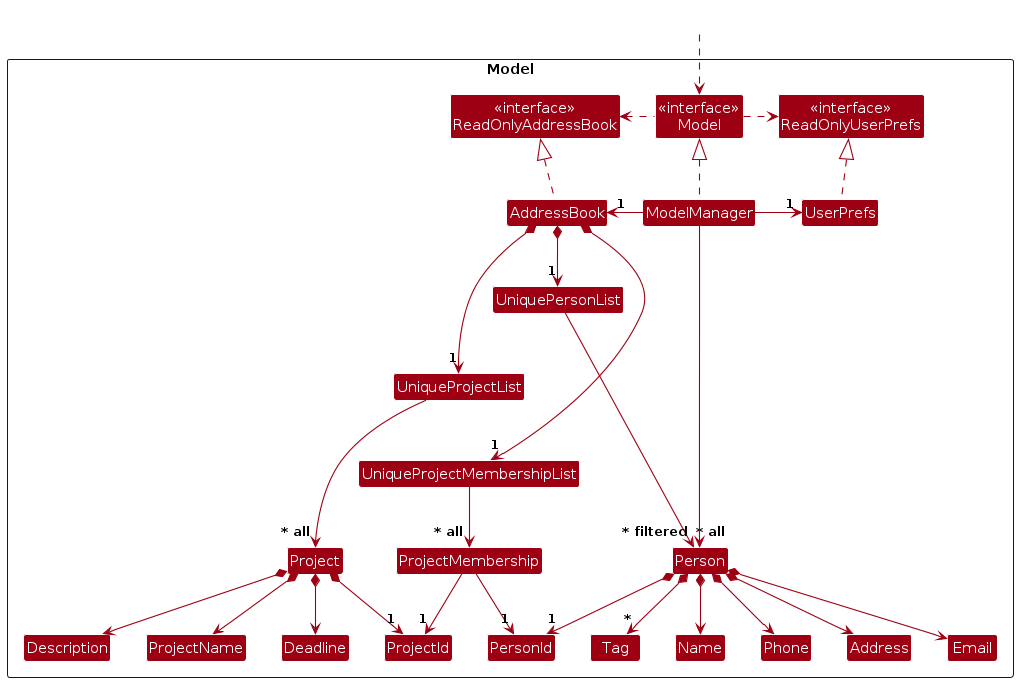
Above: diagrams/ModelClassDiagram.png in AY2627S1-CS2103T-T08-2/tp (PlantUML), before the change. Its source is kept beside it as diagrams/ModelClassDiagram.puml.
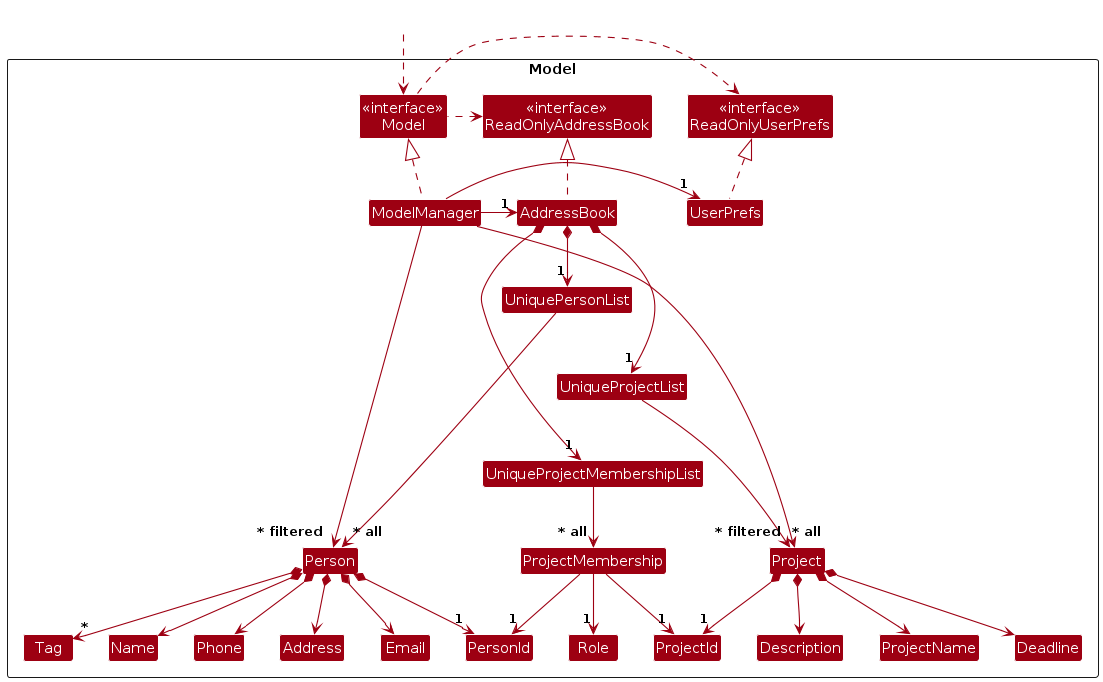
Later version of the same file.

The edit, as a diff of the source:
```diff
@@ -30,6 +30,7 @@
 
 Class UniqueProjectMembershipList
 Class ProjectMembership
+Class Role
 
 Class I #FFFFFF
 }
@@ -66,6 +67,7 @@
 UniqueProjectMembershipList --> "~* all" ProjectMembership
 ProjectMembership --> "1" PersonId
 ProjectMembership --> "1" ProjectId
+ProjectMembership --> "1" Role
 
 Person -[hidden]up--> I
 UniquePersonList -[hidden]right-> I
@@ -83,4 +85,5 @@
 Deadline -[hidden]right-> Description
 
 ModelManager --> "~* filtered" Person
+ModelManager --> "~* filtered" Project
 @enduml
```
